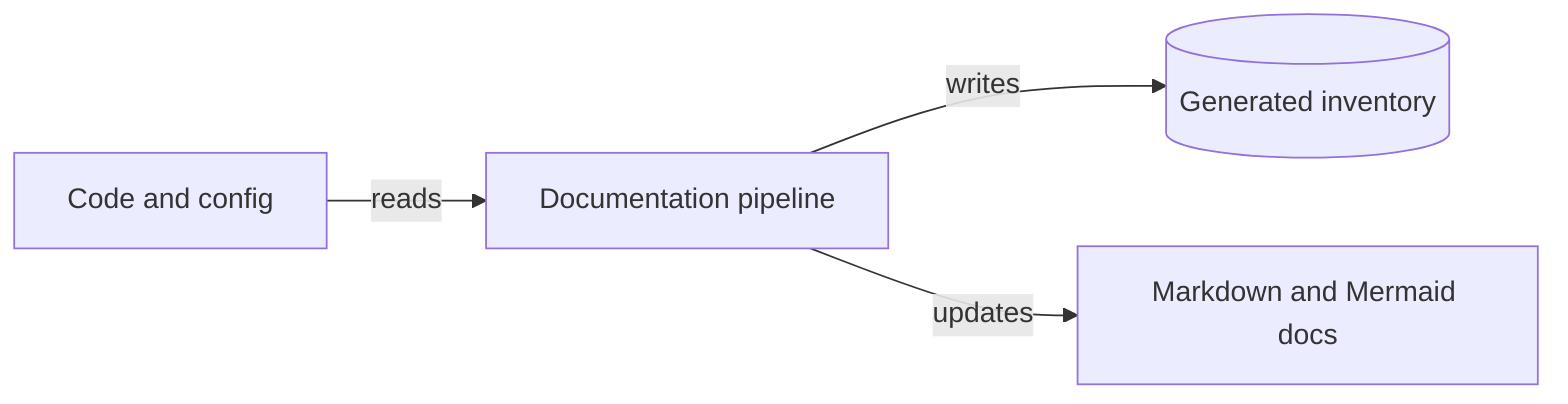
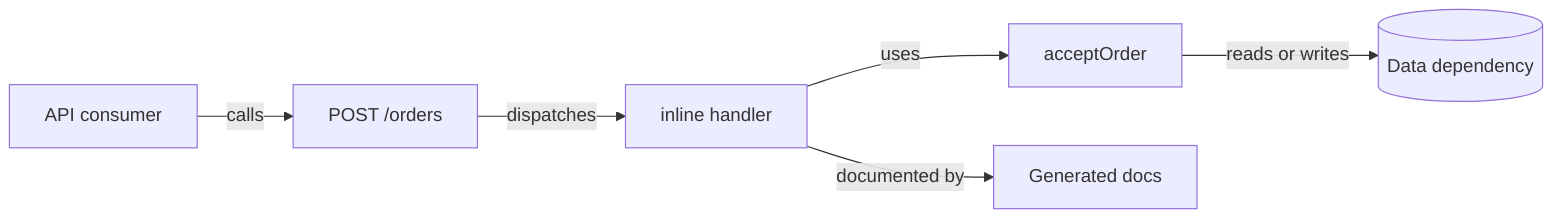
flowchart LR
-   Source[Code and config]
-   Processor[Documentation pipeline]
-   Store[(Generated inventory)]
-   Docs[Markdown and Mermaid docs]
+   Consumer[API consumer]
+   Route[POST /orders]
+   Handler[inline handler]
+   Service[acceptOrder]
+   Data[(Data dependency)]
+   Docs[Generated docs]

-   Source -->|reads| Processor
-   Processor -->|writes| Store
-   Processor -->|updates| Docs
+   Consumer -->|calls| Route
+   Route -->|dispatches| Handler
+   Handler -->|uses| Service
+   Service -->|reads or writes| Data
+   Handler -->|documented by| Docs
